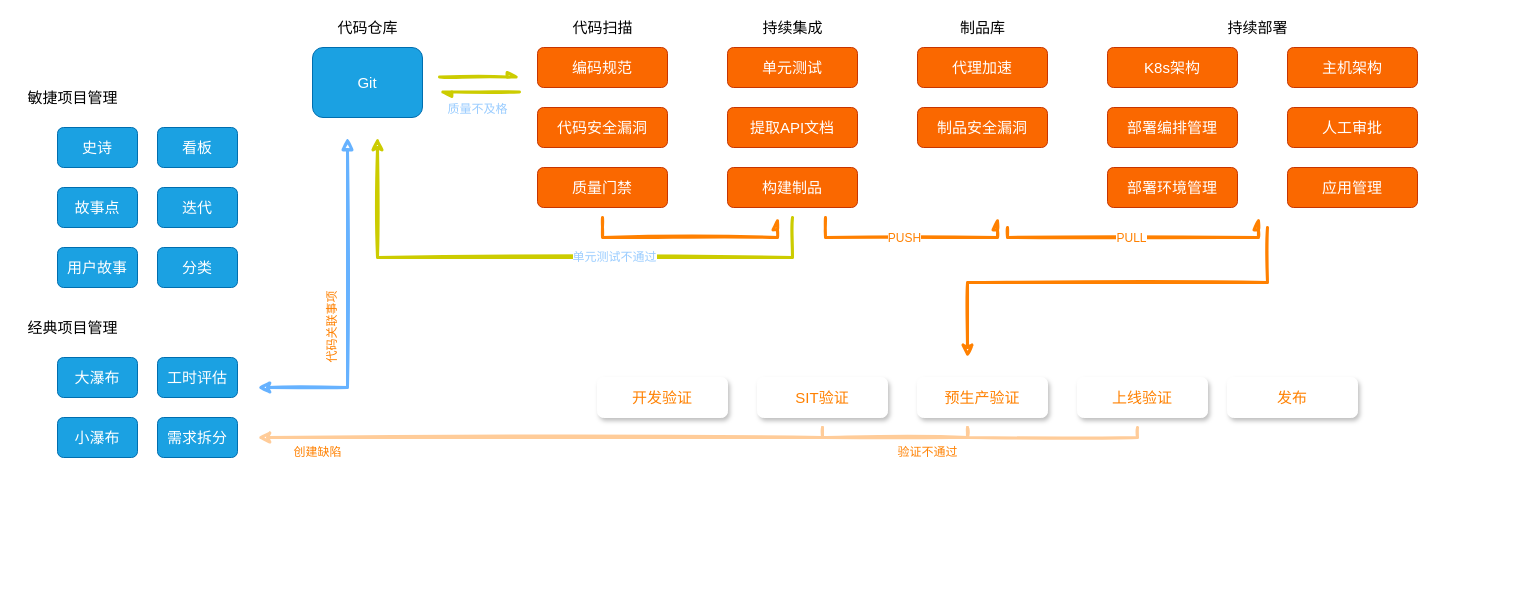
Above: onestep.drawio in Cheukdarsy/household (draw.io), before the change. Source tidied: cells renumbered, new cells numbered last; positions are measured from the earlier drawing's top-left corner, leaving out a move shared by most shapes. Both pictures are drawn from the tidied source at 100%, with x=0, y=0 at pixel (17, 17).
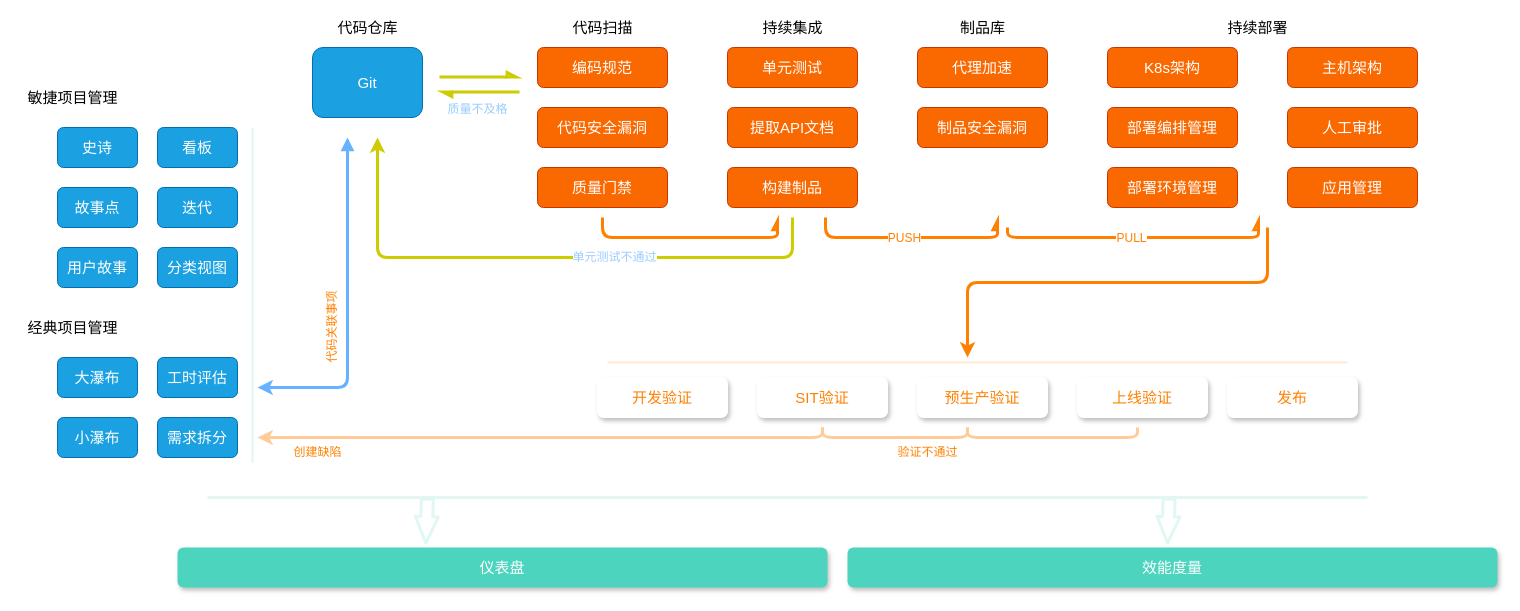
After the change.

Diff of the diagram source:
```diff
@@
-<mxGraphModel>
+<mxGraphModel background="#ffffff">
@@
-    <mxCell id="7" value="分类" style="rounded=1;whiteSpace=wrap;html=1;fontSize=15;fillColor=#1ba1e2;strokeColor=#006EAF;fontColor=#ffffff;" parent="1" vertex="1">
+    <mxCell id="7" value="分类视图" style="rounded=1;whiteSpace=wrap;html=1;fontSize=15;fillColor=#1ba1e2;strokeColor=#006EAF;fontColor=#ffffff;" parent="1" vertex="1">
       <mxGeometry x="140" y="230" width="80" height="40" as="geometry" />
     </mxCell>
-    <mxCell id="8" value="敏捷项目管理" style="text;html=1;align=center;verticalAlign=middle;strokeColor=none;fillColor=none;fontSize=15;fontColor=#000000;" parent="1" vertex="1">
+    <mxCell id="8" value="敏捷项目管理" style="text;html=1;align=center;verticalAlign=middle;strokeColor=none;fillColor=none;fontSize=15;fontColor=#000000;rounded=1;" parent="1" vertex="1">
       <mxGeometry y="70" width="110" height="20" as="geometry" />
     </mxCell>
-    <mxCell id="9" value="经典项目管理" style="text;html=1;align=center;verticalAlign=middle;strokeColor=none;fillColor=none;fontSize=15;fontColor=#000000;" parent="1" vertex="1">
+    <mxCell id="9" value="经典项目管理" style="text;html=1;align=center;verticalAlign=middle;strokeColor=none;fillColor=none;fontSize=15;fontColor=#000000;rounded=1;" parent="1" vertex="1">
       <mxGeometry y="300" width="110" height="20" as="geometry" />
     </mxCell>
@@
-    <mxCell id="14" style="edgeStyle=orthogonalEdgeStyle;rounded=0;orthogonalLoop=1;jettySize=auto;html=1;fontSize=15;fontColor=#FF8000;startArrow=block;strokeWidth=3;strokeColor=#66B2FF;sketch=1;" parent="1" edge="1">
+    <mxCell id="14" style="edgeStyle=orthogonalEdgeStyle;rounded=1;orthogonalLoop=1;jettySize=auto;html=1;fontSize=15;fontColor=#FF8000;startArrow=block;strokeWidth=3;strokeColor=#66B2FF;" parent="1" edge="1">
       <mxGeometry relative="1" as="geometry">
         <mxPoint x="330" y="120" as="sourcePoint" />
         <mxPoint x="240" y="370" as="targetPoint" />
         <Array as="points">
           <mxPoint x="330" y="370" />
         </Array>
       </mxGeometry>
     </mxCell>
-    <mxCell id="15" style="edgeStyle=orthogonalEdgeStyle;rounded=0;orthogonalLoop=1;jettySize=auto;html=1;fontFamily=Helvetica;fontSize=15;fontColor=#99CCFF;startArrow=none;startFill=0;strokeColor=#CCCC00;strokeWidth=3;endArrow=async;endFill=0;sketch=1;" parent="1" edge="1">
+    <mxCell id="15" style="edgeStyle=orthogonalEdgeStyle;rounded=1;orthogonalLoop=1;jettySize=auto;html=1;fontFamily=Helvetica;fontSize=15;fontColor=#99CCFF;startArrow=none;startFill=0;strokeColor=#CCCC00;strokeWidth=3;endArrow=async;endFill=0;" parent="1" edge="1">
       <mxGeometry relative="1" as="geometry">
         <mxPoint x="422" y="59.5" as="sourcePoint" />
         <mxPoint x="502" y="59.5" as="targetPoint" />
       </mxGeometry>
     </mxCell>
@@
-    <mxCell id="17" value="代码仓库" style="text;html=1;align=center;verticalAlign=middle;strokeColor=none;fillColor=none;fontSize=15;fontColor=#000000;" parent="1" vertex="1">
+    <mxCell id="17" value="代码仓库" style="text;html=1;align=center;verticalAlign=middle;strokeColor=none;fillColor=none;fontSize=15;fontColor=#000000;rounded=1;" parent="1" vertex="1">
       <mxGeometry x="310" width="80" height="20" as="geometry" />
     </mxCell>
-    <mxCell id="18" style="edgeStyle=orthogonalEdgeStyle;rounded=0;orthogonalLoop=1;jettySize=auto;html=1;fontFamily=Helvetica;fontSize=15;fontColor=#99CCFF;startArrow=none;startFill=0;strokeColor=#CCCC00;strokeWidth=3;endArrow=async;endFill=1;sketch=1;" parent="1" edge="1">
+    <mxCell id="18" style="edgeStyle=orthogonalEdgeStyle;rounded=1;orthogonalLoop=1;jettySize=auto;html=1;fontFamily=Helvetica;fontSize=15;fontColor=#99CCFF;startArrow=none;startFill=0;strokeColor=#CCCC00;strokeWidth=3;endArrow=async;endFill=1;" parent="1" edge="1">
       <mxGeometry relative="1" as="geometry">
         <mxPoint x="502" y="74.5" as="sourcePoint" />
         <mxPoint x="422" y="74.5" as="targetPoint" />
       </mxGeometry>
     </mxCell>
@@
-    <mxCell id="21" style="edgeStyle=orthogonalEdgeStyle;rounded=0;orthogonalLoop=1;jettySize=auto;html=1;fontFamily=Helvetica;fontSize=12;fontColor=#99CCFF;startArrow=none;startFill=0;endArrow=async;endFill=0;strokeColor=#FF8000;strokeWidth=3;sketch=1;" parent="1" edge="1">
+    <mxCell id="21" style="edgeStyle=orthogonalEdgeStyle;rounded=1;orthogonalLoop=1;jettySize=auto;html=1;fontFamily=Helvetica;fontSize=12;fontColor=#99CCFF;startArrow=none;startFill=0;endArrow=async;endFill=0;strokeColor=#FF8000;strokeWidth=3;" parent="1" edge="1">
       <mxGeometry relative="1" as="geometry">
         <mxPoint x="585" y="200" as="sourcePoint" />
         <mxPoint x="760" y="200" as="targetPoint" />
         <Array as="points">
           <mxPoint x="585" y="220" />
           <mxPoint x="760" y="220" />
         </Array>
       </mxGeometry>
     </mxCell>
@@
-    <mxCell id="23" value="代码扫描" style="text;html=1;align=center;verticalAlign=middle;strokeColor=none;fillColor=none;fontSize=15;fontColor=#000000;" parent="1" vertex="1">
+    <mxCell id="23" value="代码扫描" style="text;html=1;align=center;verticalAlign=middle;strokeColor=none;fillColor=none;fontSize=15;fontColor=#000000;rounded=1;" parent="1" vertex="1">
       <mxGeometry x="545" width="80" height="20" as="geometry" />
     </mxCell>
@@
-    <mxCell id="26" style="edgeStyle=orthogonalEdgeStyle;rounded=0;orthogonalLoop=1;jettySize=auto;html=1;fontFamily=Helvetica;fontSize=15;fontColor=#FF8000;startArrow=none;strokeColor=#CCCC00;strokeWidth=3;startFill=0;sketch=1;" parent="1" edge="1">
+    <mxCell id="26" style="edgeStyle=orthogonalEdgeStyle;rounded=1;orthogonalLoop=1;jettySize=auto;html=1;fontFamily=Helvetica;fontSize=15;fontColor=#FF8000;startArrow=none;strokeColor=#CCCC00;strokeWidth=3;startFill=0;" parent="1" edge="1">
       <mxGeometry relative="1" as="geometry">
         <mxPoint x="775" y="200" as="sourcePoint" />
         <mxPoint x="360" y="120" as="targetPoint" />
         <Array as="points">
           <mxPoint x="775" y="240" />
           <mxPoint x="360" y="240" />
         </Array>
       </mxGeometry>
     </mxCell>
-    <mxCell id="27" value="单元测试不通过" style="edgeLabel;html=1;align=center;verticalAlign=middle;fontSize=12;fontFamily=Helvetica;fontColor=#99CCFF;" parent="26" vertex="1">
+    <mxCell id="27" value="单元测试不通过" style="edgeLabel;html=1;align=center;verticalAlign=middle;fontSize=12;fontFamily=Helvetica;fontColor=#99CCFF;rounded=1;" parent="26" vertex="1">
       <mxGeometry x="-0.24" y="-1" relative="1" as="geometry" />
     </mxCell>
-    <mxCell id="28" style="edgeStyle=orthogonalEdgeStyle;rounded=0;orthogonalLoop=1;jettySize=auto;html=1;fontFamily=Helvetica;fontSize=12;fontColor=#99CCFF;startArrow=none;startFill=0;endArrow=async;endFill=0;strokeColor=#FF8000;strokeWidth=3;sketch=1;" parent="1" edge="1">
+    <mxCell id="28" style="edgeStyle=orthogonalEdgeStyle;rounded=1;orthogonalLoop=1;jettySize=auto;html=1;fontFamily=Helvetica;fontSize=12;fontColor=#99CCFF;startArrow=none;startFill=0;endArrow=async;endFill=0;strokeColor=#FF8000;strokeWidth=3;" parent="1" edge="1">
       <mxGeometry relative="1" as="geometry">
         <mxPoint x="808" y="200" as="sourcePoint" />
         <mxPoint x="980" y="200" as="targetPoint" />
         <Array as="points">
           <mxPoint x="808" y="220" />
           <mxPoint x="980" y="220" />
         </Array>
       </mxGeometry>
     </mxCell>
-    <mxCell id="29" value="PUSH" style="edgeLabel;html=1;align=center;verticalAlign=middle;fontSize=12;fontFamily=Helvetica;fontColor=#FF8000;" parent="28" vertex="1">
+    <mxCell id="29" value="PUSH" style="edgeLabel;html=1;align=center;verticalAlign=middle;fontSize=12;fontFamily=Helvetica;fontColor=#FF8000;rounded=1;" parent="28" vertex="1">
       <mxGeometry x="-0.08" relative="1" as="geometry" />
     </mxCell>
@@
-    <mxCell id="31" value="持续集成" style="text;html=1;align=center;verticalAlign=middle;strokeColor=none;fillColor=none;fontSize=15;fontColor=#000000;" parent="1" vertex="1">
+    <mxCell id="31" value="持续集成" style="text;html=1;align=center;verticalAlign=middle;strokeColor=none;fillColor=none;fontSize=15;fontColor=#000000;rounded=1;" parent="1" vertex="1">
       <mxGeometry x="735" width="80" height="20" as="geometry" />
     </mxCell>
@@
-    <mxCell id="33" style="edgeStyle=orthogonalEdgeStyle;rounded=0;orthogonalLoop=1;jettySize=auto;html=1;fontFamily=Helvetica;fontSize=12;fontColor=#FF8000;startArrow=none;startFill=0;endArrow=async;endFill=0;strokeColor=#FF8000;strokeWidth=3;sketch=1;" parent="1" edge="1">
+    <mxCell id="33" style="edgeStyle=orthogonalEdgeStyle;rounded=1;orthogonalLoop=1;jettySize=auto;html=1;fontFamily=Helvetica;fontSize=12;fontColor=#FF8000;startArrow=none;startFill=0;endArrow=async;endFill=0;strokeColor=#FF8000;strokeWidth=3;" parent="1" edge="1">
       <mxGeometry relative="1" as="geometry">
         <mxPoint x="990" y="210" as="sourcePoint" />
         <mxPoint x="1241" y="200" as="targetPoint" />
         <Array as="points">
           <mxPoint x="990" y="220" />
           <mxPoint x="1241" y="220" />
         </Array>
       </mxGeometry>
     </mxCell>
-    <mxCell id="34" value="PULL" style="edgeLabel;html=1;align=center;verticalAlign=middle;fontSize=12;fontFamily=Helvetica;fontColor=#FF8000;" parent="33" vertex="1">
+    <mxCell id="34" value="PULL" style="edgeLabel;html=1;align=center;verticalAlign=middle;fontSize=12;fontFamily=Helvetica;fontColor=#FF8000;rounded=1;" parent="33" vertex="1">
       <mxGeometry x="-0.05" relative="1" as="geometry" />
     </mxCell>
@@
-    <mxCell id="36" value="制品库" style="text;html=1;align=center;verticalAlign=middle;strokeColor=none;fillColor=none;fontSize=15;fontColor=#000000;" parent="1" vertex="1">
+    <mxCell id="36" value="制品库" style="text;html=1;align=center;verticalAlign=middle;strokeColor=none;fillColor=none;fontSize=15;fontColor=#000000;rounded=1;" parent="1" vertex="1">
       <mxGeometry x="935" width="60" height="20" as="geometry" />
     </mxCell>
@@
-    <mxCell id="40" value="持续部署" style="text;html=1;align=center;verticalAlign=middle;strokeColor=none;fillColor=none;fontSize=15;fontColor=#000000;" parent="1" vertex="1">
+    <mxCell id="40" value="持续部署" style="text;html=1;align=center;verticalAlign=middle;strokeColor=none;fillColor=none;fontSize=15;fontColor=#000000;rounded=1;" parent="1" vertex="1">
       <mxGeometry x="1200" width="80" height="20" as="geometry" />
     </mxCell>
@@
-    <mxCell id="43" style="edgeStyle=orthogonalEdgeStyle;rounded=0;orthogonalLoop=1;jettySize=auto;html=1;fontFamily=Helvetica;fontSize=12;fontColor=#FF8000;startArrow=none;startFill=0;endArrow=classic;endFill=1;strokeColor=#FF8000;strokeWidth=3;sketch=1;" parent="1" edge="1">
+    <mxCell id="43" style="edgeStyle=orthogonalEdgeStyle;rounded=1;orthogonalLoop=1;jettySize=auto;html=1;fontFamily=Helvetica;fontSize=12;fontColor=#FF8000;startArrow=none;startFill=0;endArrow=classic;endFill=1;strokeColor=#FF8000;strokeWidth=3;" parent="1" edge="1">
       <mxGeometry relative="1" as="geometry">
         <mxPoint x="1250" y="210" as="sourcePoint" />
         <mxPoint x="950" y="340" as="targetPoint" />
         <Array as="points">
           <mxPoint x="1250" y="210" />
           <mxPoint x="1250" y="265" />
           <mxPoint x="950" y="265" />
         </Array>
       </mxGeometry>
     </mxCell>
@@
-    <mxCell id="45" value="&lt;font&gt;开发验证&lt;/font&gt;" style="rounded=1;whiteSpace=wrap;html=1;fontSize=15;fontColor=#FF8000;strokeColor=#FFFFFF;glass=0;shadow=1;sketch=0;" parent="1" vertex="1">
+    <mxCell id="45" value="&lt;font&gt;开发验证&lt;/font&gt;" style="rounded=1;whiteSpace=wrap;html=1;fontSize=15;fontColor=#FF8000;strokeColor=#FFFFFF;glass=0;shadow=1;" parent="1" vertex="1">
       <mxGeometry x="580" y="360" width="130" height="40" as="geometry" />
     </mxCell>
-    <mxCell id="46" style="edgeStyle=orthogonalEdgeStyle;rounded=0;sketch=1;orthogonalLoop=1;jettySize=auto;html=1;fontFamily=Helvetica;fontSize=12;fontColor=#FF8000;startArrow=none;startFill=0;endArrow=classic;endFill=1;strokeColor=#FFCC99;strokeWidth=3;" parent="1" edge="1">
+    <mxCell id="46" style="edgeStyle=orthogonalEdgeStyle;rounded=1;orthogonalLoop=1;jettySize=auto;html=1;fontFamily=Helvetica;fontSize=12;fontColor=#FF8000;startArrow=none;startFill=0;endArrow=classic;endFill=1;strokeColor=#FFCC99;strokeWidth=3;" parent="1" edge="1">
       <mxGeometry relative="1" as="geometry">
         <mxPoint x="805" y="410" as="sourcePoint" />
         <mxPoint x="240" y="420" as="targetPoint" />
         <Array as="points">
           <mxPoint x="805" y="420" />
         </Array>
       </mxGeometry>
     </mxCell>
-    <mxCell id="47" value="&lt;font&gt;SIT验证&lt;/font&gt;" style="rounded=1;whiteSpace=wrap;html=1;fontSize=15;fontColor=#FF8000;strokeColor=#FFFFFF;glass=0;shadow=1;sketch=0;" parent="1" vertex="1">
+    <mxCell id="47" value="&lt;font&gt;SIT验证&lt;/font&gt;" style="rounded=1;whiteSpace=wrap;html=1;fontSize=15;fontColor=#FF8000;strokeColor=#FFFFFF;glass=0;shadow=1;" parent="1" vertex="1">
       <mxGeometry x="740" y="360" width="130" height="40" as="geometry" />
     </mxCell>
-    <mxCell id="48" style="edgeStyle=orthogonalEdgeStyle;rounded=0;sketch=1;orthogonalLoop=1;jettySize=auto;html=1;fontFamily=Helvetica;fontSize=12;fontColor=#FF8000;startArrow=none;startFill=0;endArrow=none;endFill=0;strokeColor=#FFCC99;strokeWidth=3;" parent="1" edge="1">
+    <mxCell id="48" style="edgeStyle=orthogonalEdgeStyle;rounded=1;orthogonalLoop=1;jettySize=auto;html=1;fontFamily=Helvetica;fontSize=12;fontColor=#FF8000;startArrow=none;startFill=0;endArrow=none;endFill=0;strokeColor=#FFCC99;strokeWidth=3;" parent="1" edge="1">
       <mxGeometry relative="1" as="geometry">
         <mxPoint x="950" y="410" as="sourcePoint" />
         <mxPoint x="805" y="410" as="targetPoint" />
         <Array as="points">
           <mxPoint x="950" y="420" />
           <mxPoint x="805" y="420" />
         </Array>
       </mxGeometry>
     </mxCell>
-    <mxCell id="49" value="&lt;font&gt;预生产验证&lt;/font&gt;" style="rounded=1;whiteSpace=wrap;html=1;fontSize=15;fontColor=#FF8000;strokeColor=#FFFFFF;glass=0;shadow=1;sketch=0;" parent="1" vertex="1">
+    <mxCell id="49" value="&lt;font&gt;预生产验证&lt;/font&gt;" style="rounded=1;whiteSpace=wrap;html=1;fontSize=15;fontColor=#FF8000;strokeColor=#FFFFFF;glass=0;shadow=1;" parent="1" vertex="1">
       <mxGeometry x="900" y="360" width="130" height="40" as="geometry" />
     </mxCell>
-    <mxCell id="50" style="edgeStyle=orthogonalEdgeStyle;rounded=0;sketch=1;orthogonalLoop=1;jettySize=auto;html=1;fontFamily=Helvetica;fontSize=12;fontColor=#FF8000;startArrow=none;startFill=0;endArrow=none;endFill=0;strokeColor=#FFCC99;strokeWidth=3;" parent="1" edge="1">
+    <mxCell id="50" style="edgeStyle=orthogonalEdgeStyle;rounded=1;orthogonalLoop=1;jettySize=auto;html=1;fontFamily=Helvetica;fontSize=12;fontColor=#FF8000;startArrow=none;startFill=0;endArrow=none;endFill=0;strokeColor=#FFCC99;strokeWidth=3;" parent="1" edge="1">
       <mxGeometry relative="1" as="geometry">
         <mxPoint x="1120" y="410" as="sourcePoint" />
         <mxPoint x="950" y="410" as="targetPoint" />
         <Array as="points">
           <mxPoint x="1120" y="420" />
           <mxPoint x="950" y="420" />
         </Array>
       </mxGeometry>
     </mxCell>
-    <mxCell id="51" value="&lt;font&gt;上线验证&lt;/font&gt;" style="rounded=1;whiteSpace=wrap;html=1;fontSize=15;fontColor=#FF8000;strokeColor=#FFFFFF;glass=0;shadow=1;sketch=0;" parent="1" vertex="1">
+    <mxCell id="51" value="&lt;font&gt;上线验证&lt;/font&gt;" style="rounded=1;whiteSpace=wrap;html=1;fontSize=15;fontColor=#FF8000;strokeColor=#FFFFFF;glass=0;shadow=1;" parent="1" vertex="1">
       <mxGeometry x="1060" y="360" width="130" height="40" as="geometry" />
     </mxCell>
-    <mxCell id="52" value="&lt;font&gt;发布&lt;/font&gt;" style="rounded=1;whiteSpace=wrap;html=1;fontSize=15;fontColor=#FF8000;strokeColor=#FFFFFF;glass=0;shadow=1;sketch=0;" parent="1" vertex="1">
+    <mxCell id="52" value="&lt;font&gt;发布&lt;/font&gt;" style="rounded=1;whiteSpace=wrap;html=1;fontSize=15;fontColor=#FF8000;strokeColor=#FFFFFF;glass=0;shadow=1;" parent="1" vertex="1">
       <mxGeometry x="1210" y="360" width="130" height="40" as="geometry" />
     </mxCell>
-    <mxCell id="53" value="代码关联事项" style="text;align=center;verticalAlign=middle;strokeColor=none;fillColor=none;fontSize=12;fontColor=#FF8000;labelPosition=center;verticalLabelPosition=middle;horizontal=0;textDirection=ltr;html=1;" parent="1" vertex="1">
+    <mxCell id="53" value="代码关联事项" style="text;align=center;verticalAlign=middle;strokeColor=none;fillColor=none;fontSize=12;fontColor=#FF8000;labelPosition=center;verticalLabelPosition=middle;horizontal=0;textDirection=ltr;html=1;rounded=1;" parent="1" vertex="1">
       <mxGeometry x="300" y="270" width="30" height="80" as="geometry" />
     </mxCell>
-    <mxCell id="54" value="&lt;font style=&quot;font-size: 12px&quot;&gt;质量不及格&lt;/font&gt;" style="text;html=1;align=center;verticalAlign=middle;strokeColor=none;fillColor=none;fontSize=15;fontFamily=Helvetica;fontColor=#99CCFF;" parent="1" vertex="1">
+    <mxCell id="54" value="&lt;font style=&quot;font-size: 12px&quot;&gt;质量不及格&lt;/font&gt;" style="text;html=1;align=center;verticalAlign=middle;strokeColor=none;fillColor=none;fontSize=15;fontFamily=Helvetica;fontColor=#99CCFF;rounded=1;" parent="1" vertex="1">
       <mxGeometry x="420" y="80" width="80" height="20" as="geometry" />
     </mxCell>
-    <mxCell id="55" value="验证不通过" style="text;html=1;align=center;verticalAlign=middle;strokeColor=none;fillColor=none;fontSize=12;fontFamily=Helvetica;fontColor=#FF8000;" parent="1" vertex="1">
+    <mxCell id="55" value="验证不通过" style="text;html=1;align=center;verticalAlign=middle;strokeColor=none;fillColor=none;fontSize=12;fontFamily=Helvetica;fontColor=#FF8000;rounded=1;" parent="1" vertex="1">
       <mxGeometry x="870" y="425" width="80" height="20" as="geometry" />
     </mxCell>
-    <mxCell id="56" value="创建缺陷" style="text;html=1;align=center;verticalAlign=middle;strokeColor=none;fillColor=none;fontSize=12;fontFamily=Helvetica;fontColor=#FF8000;" parent="1" vertex="1">
+    <mxCell id="56" value="创建缺陷" style="text;html=1;align=center;verticalAlign=middle;strokeColor=none;fillColor=none;fontSize=12;fontFamily=Helvetica;fontColor=#FF8000;rounded=1;" parent="1" vertex="1">
       <mxGeometry x="270" y="425" width="60" height="20" as="geometry" />
     </mxCell>
+    <mxCell id="57" value="&lt;font color=&quot;#ffffff&quot;&gt;仪表盘&lt;/font&gt;" style="rounded=1;whiteSpace=wrap;html=1;fontSize=15;fillColor=#4DD4BF;strokeColor=none;shadow=1;" parent="1" vertex="1">
+      <mxGeometry x="160" y="530" width="650" height="40" as="geometry" />
+    </mxCell>
+    <mxCell id="58" value="&lt;font color=&quot;#ffffff&quot;&gt;效能度量&lt;/font&gt;" style="rounded=1;whiteSpace=wrap;html=1;fontSize=15;fillColor=#4DD4BF;strokeColor=none;shadow=1;" parent="1" vertex="1">
+      <mxGeometry x="830" y="530" width="650" height="40" as="geometry" />
+    </mxCell>
+    <mxCell id="59" style="endArrow=none;html=1;rounded=1;fontFamily=Helvetica;fontSize=12;fontColor=#FFFFFF;strokeColor=#E0F7F4;strokeWidth=3;" parent="1" edge="1">
+      <mxGeometry relative="1" as="geometry">
+        <mxPoint x="190" y="480" as="sourcePoint" />
+        <mxPoint x="1350" y="480" as="targetPoint" />
+      </mxGeometry>
+    </mxCell>
+    <mxCell id="60" style="shape=flexArrow;endArrow=classic;html=1;rounded=1;fontFamily=Helvetica;fontSize=12;fontColor=#FFFFFF;strokeColor=#E0F7F4;strokeWidth=3;entryX=0.382;entryY=-0.075;entryDx=0;entryDy=0;entryPerimeter=0;endWidth=8;endSize=7.79;" parent="1" edge="1" target="57">
+      <mxGeometry relative="1" as="geometry">
+        <mxPoint x="410" y="480" as="sourcePoint" />
+      </mxGeometry>
+    </mxCell>
+    <mxCell id="61" style="shape=flexArrow;endArrow=classic;html=1;rounded=1;fontFamily=Helvetica;fontSize=12;fontColor=#FFFFFF;strokeColor=#E0F7F4;strokeWidth=3;entryX=0.382;entryY=-0.075;entryDx=0;entryDy=0;entryPerimeter=0;endWidth=8;endSize=7.79;shadow=0;sketch=0;" parent="1" edge="1">
+      <mxGeometry relative="1" as="geometry">
+        <mxPoint x="1151.7" y="480" as="sourcePoint" />
+        <mxPoint x="1150" y="527" as="targetPoint" />
+      </mxGeometry>
+    </mxCell>
+    <mxCell id="62" style="line;strokeWidth=2;direction=south;html=1;rounded=1;shadow=0;glass=0;labelBorderColor=default;fontFamily=Helvetica;fontSize=12;fontColor=#FFFFFF;fillColor=#4DD4BF;strokeColor=#E0F7F4;" parent="1" vertex="1">
+      <mxGeometry x="230" y="110" width="10" height="335" as="geometry" />
+    </mxCell>
+    <mxCell id="63" style="line;strokeWidth=2;html=1;rounded=1;shadow=0;glass=0;labelBorderColor=default;fontFamily=Helvetica;fontSize=12;fontColor=#FFFFFF;fillColor=#4DD4BF;strokeColor=#FDE9D6;" parent="1" vertex="1">
+      <mxGeometry x="590" y="340" width="740" height="10" as="geometry" />
+    </mxCell>
```
